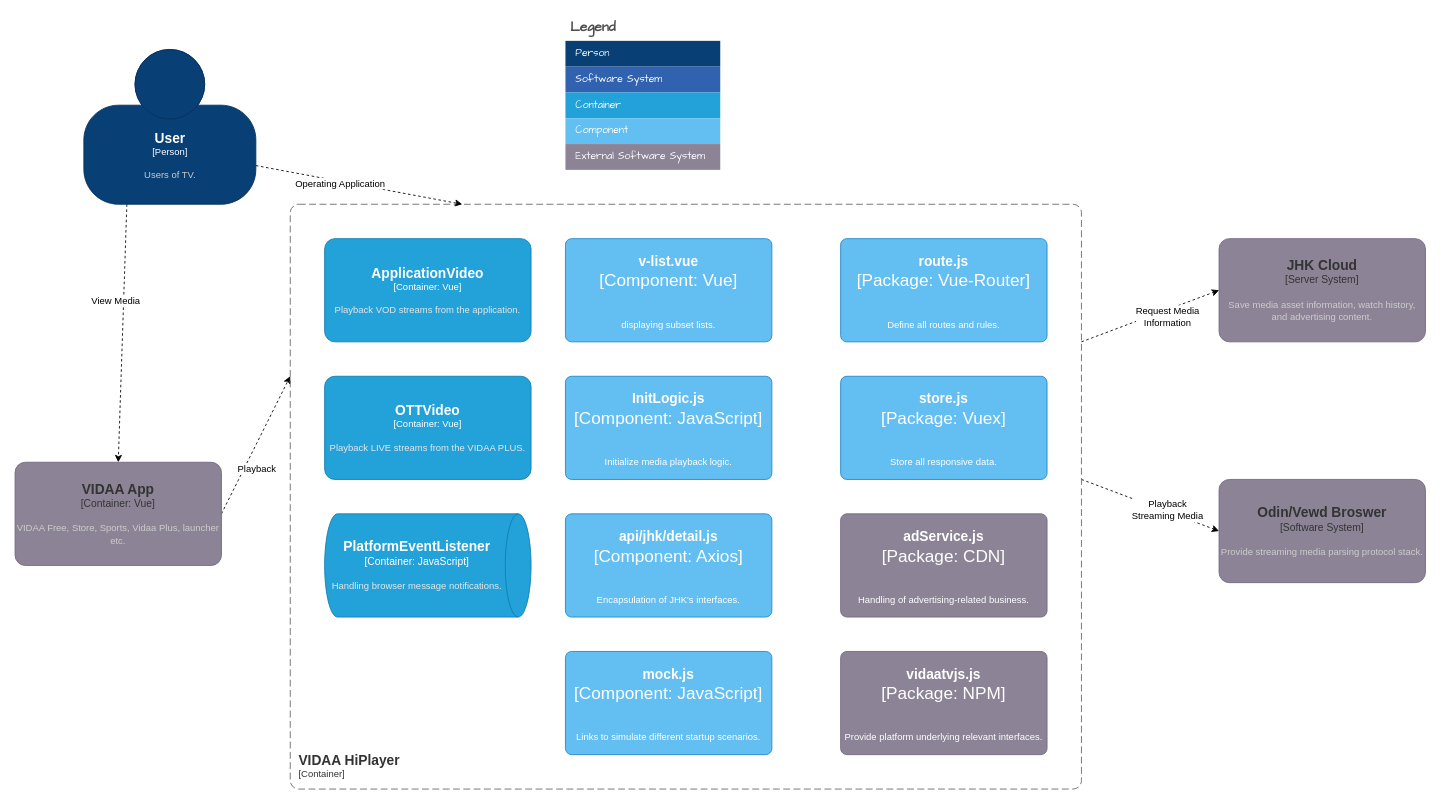
Earlier version of the draw.io diagram page "Class Diagram 类图" (6 of 6) of HiPlayer.drawio (LeeDebug/drawio). Source tidied: cells renumbered, new cells numbered last; positions are measured from the earlier drawing's top-left corner, leaving out a move shared by most shapes. Both pictures are drawn from the tidied source at 86%, with x=0, y=0 at pixel (15, 15).
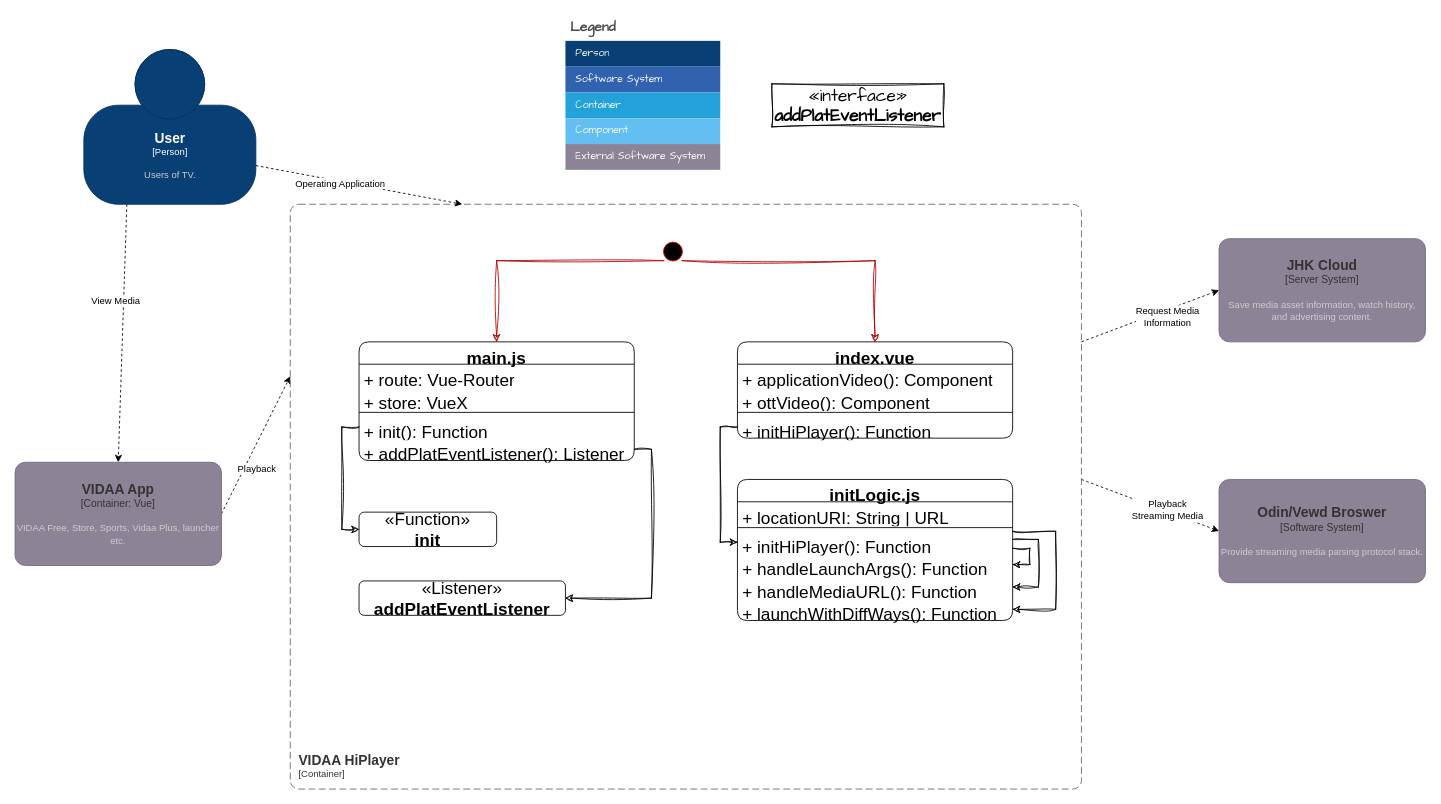
After the change.

Diff of the diagram source:
```diff
@@
-    <object id="15" label="&lt;font style=&quot;font-size: 16px&quot;&gt;&lt;b&gt;%c4Name%&lt;/b&gt;&lt;/font&gt;&lt;div&gt;[%c4Type%: %c4Technology%]&lt;/div&gt;&lt;br&gt;&lt;div&gt;&lt;font style=&quot;font-size: 11px&quot;&gt;%c4Description%&lt;/font&gt;&lt;/div&gt;" c4Description="Initialize media playback logic." c4Name="InitLogic.js" c4Technology="JavaScript" c4Type="Component" placeholders="1">
-      <mxCell style="rounded=1;whiteSpace=wrap;html=1;labelBackgroundColor=none;fillColor=#63BEF2;fontColor=#ffffff;align=center;arcSize=6;strokeColor=#2086C9;hachureGap=4;fontFamily=Helvetica;fontSize=20;" parent="1" vertex="1">
-        <mxGeometry x="640" y="420" width="240" height="120" as="geometry" />
-      </mxCell>
-    </object>
-    <object id="16" label="&lt;font style=&quot;font-size: 16px&quot;&gt;&lt;b&gt;%c4Name%&lt;/b&gt;&lt;/font&gt;&lt;div&gt;[%c4Type%: %c4Technology%]&lt;/div&gt;&lt;br&gt;&lt;div&gt;&lt;font style=&quot;font-size: 11px&quot;&gt;&lt;font color=&quot;#E6E6E6&quot;&gt;%c4Description%&lt;/font&gt;&lt;/font&gt;&lt;/div&gt;" c4Description="Playback VOD streams from the application." c4Name="ApplicationVideo" c4Technology="Vue" c4Type="Container" placeholders="1">
-      <mxCell style="rounded=1;whiteSpace=wrap;html=1;fontSize=11;labelBackgroundColor=none;fillColor=#23A2D9;fontColor=#ffffff;align=center;arcSize=10;strokeColor=#0E7DAD;hachureGap=4;fontFamily=Helvetica;" parent="1" vertex="1">
-        <mxGeometry x="360" y="260" width="240" height="120" as="geometry" />
-      </mxCell>
-    </object>
-    <object id="17" label="&lt;font style=&quot;font-size: 16px&quot;&gt;&lt;b&gt;%c4Name%&lt;/b&gt;&lt;/font&gt;&lt;div&gt;[%c4Type%: %c4Technology%]&lt;/div&gt;&lt;br&gt;&lt;div&gt;&lt;font style=&quot;font-size: 11px&quot;&gt;&lt;font color=&quot;#E6E6E6&quot;&gt;%c4Description%&lt;/font&gt;&lt;/font&gt;&lt;/div&gt;" c4Description="Playback LIVE streams from the VIDAA PLUS." c4Name="OTTVideo" c4Technology="Vue" c4Type="Container" placeholders="1">
-      <mxCell style="rounded=1;whiteSpace=wrap;html=1;fontSize=11;labelBackgroundColor=none;fillColor=#23A2D9;fontColor=#ffffff;align=center;arcSize=10;strokeColor=#0E7DAD;hachureGap=4;fontFamily=Helvetica;" parent="1" vertex="1">
-        <mxGeometry x="360" y="420" width="240" height="120" as="geometry" />
-      </mxCell>
-    </object>
-    <object id="18" label="&lt;font style=&quot;font-size: 16px&quot;&gt;&lt;b&gt;%c4Type%&lt;/b&gt;&lt;/font&gt;&lt;div&gt;[%c4Container%:&amp;nbsp;%c4Technology%]&lt;/div&gt;&lt;br&gt;&lt;div&gt;&lt;font style=&quot;font-size: 11px&quot;&gt;&lt;font color=&quot;#E6E6E6&quot;&gt;%c4Description%&lt;/font&gt;&lt;/font&gt;&lt;/div&gt;" c4Container="Container" c4Description="Handling browser message notifications." c4Technology="JavaScript" c4Type="PlatformEventListener" placeholders="1">
-      <mxCell style="shape=cylinder3;size=15;direction=south;whiteSpace=wrap;html=1;boundedLbl=1;rounded=0;labelBackgroundColor=none;fillColor=#23A2D9;fontSize=12;fontColor=#ffffff;align=center;strokeColor=#0E7DAD;hachureGap=4;fontFamily=Helvetica;" parent="1" vertex="1">
-        <mxGeometry x="360" y="580" width="240" height="120" as="geometry" />
-      </mxCell>
-    </object>
-    <object id="19" label="&lt;font style=&quot;font-size: 16px&quot;&gt;&lt;b&gt;%c4Name%&lt;/b&gt;&lt;/font&gt;&lt;div&gt;[%c4Type%: %c4Technology%]&lt;/div&gt;&lt;br&gt;&lt;div&gt;&lt;font style=&quot;font-size: 11px&quot;&gt;%c4Description%&lt;/font&gt;&lt;/div&gt;" c4Description="Encapsulation of JHK's interfaces." c4Name="api/jhk/detail.js" c4Technology="Axios" c4Type="Component" placeholders="1">
-      <mxCell style="rounded=1;whiteSpace=wrap;html=1;labelBackgroundColor=none;fillColor=#63BEF2;fontColor=#ffffff;align=center;arcSize=6;strokeColor=#2086C9;hachureGap=4;fontFamily=Helvetica;fontSize=20;" parent="1" vertex="1">
-        <mxGeometry x="640" y="580" width="240" height="120" as="geometry" />
-      </mxCell>
-    </object>
-    <object id="20" label="&lt;font style=&quot;font-size: 16px&quot;&gt;&lt;b&gt;%c4Name%&lt;/b&gt;&lt;/font&gt;&lt;div&gt;[%c4Type%: %c4Technology%]&lt;/div&gt;&lt;br&gt;&lt;div&gt;&lt;font style=&quot;font-size: 11px&quot;&gt;%c4Description%&lt;/font&gt;&lt;/div&gt;" c4Description="Store all responsive data." c4Name="store.js" c4Technology="Vuex" c4Type="Package" placeholders="1">
-      <mxCell style="rounded=1;whiteSpace=wrap;html=1;labelBackgroundColor=none;fillColor=#63BEF2;fontColor=#ffffff;align=center;arcSize=6;strokeColor=#2086C9;hachureGap=4;fontFamily=Helvetica;fontSize=20;" parent="1" vertex="1">
-        <mxGeometry x="960" y="420" width="240" height="120" as="geometry" />
-      </mxCell>
-    </object>
-    <object id="21" label="&lt;font style=&quot;font-size: 16px&quot;&gt;&lt;b&gt;%c4Name%&lt;/b&gt;&lt;/font&gt;&lt;div&gt;[%c4Type%: %c4Technology%]&lt;/div&gt;&lt;br&gt;&lt;div&gt;&lt;font style=&quot;font-size: 11px&quot;&gt;%c4Description%&lt;/font&gt;&lt;/div&gt;" c4Description="Define all routes and rules." c4Name="route.js" c4Technology="Vue-Router" c4Type="Package" placeholders="1">
-      <mxCell style="rounded=1;whiteSpace=wrap;html=1;labelBackgroundColor=none;fillColor=#63BEF2;fontColor=#ffffff;align=center;arcSize=6;strokeColor=#2086C9;hachureGap=4;fontFamily=Helvetica;fontSize=20;" parent="1" vertex="1">
-        <mxGeometry x="960" y="260" width="240" height="120" as="geometry" />
-      </mxCell>
-    </object>
@@
-    <object id="33" label="&lt;font style=&quot;font-size: 16px&quot;&gt;&lt;b&gt;%c4Name%&lt;/b&gt;&lt;/font&gt;&lt;div&gt;[%c4Type%: %c4Technology%]&lt;/div&gt;&lt;br&gt;&lt;div&gt;&lt;font style=&quot;font-size: 11px&quot;&gt;%c4Description%&lt;/font&gt;&lt;/div&gt;" c4Description="displaying subset lists." c4Name="v-list.vue" c4Technology="Vue" c4Type="Component" placeholders="1">
-      <mxCell style="rounded=1;whiteSpace=wrap;html=1;labelBackgroundColor=none;fillColor=#63BEF2;fontColor=#ffffff;align=center;arcSize=6;strokeColor=#2086C9;hachureGap=4;fontFamily=Helvetica;fontSize=20;" parent="1" vertex="1">
-        <mxGeometry x="640" y="260" width="240" height="120" as="geometry" />
-      </mxCell>
-    </object>
-    <object id="34" label="&lt;font style=&quot;font-size: 16px&quot;&gt;&lt;b&gt;%c4Name%&lt;/b&gt;&lt;/font&gt;&lt;div&gt;[%c4Type%: %c4Technology%]&lt;/div&gt;&lt;br&gt;&lt;div&gt;&lt;font style=&quot;font-size: 11px&quot;&gt;%c4Description%&lt;/font&gt;&lt;/div&gt;" c4Description="Handling of advertising-related business." c4Name="adService.js" c4Technology="CDN" c4Type="Package" placeholders="1">
-      <mxCell style="rounded=1;whiteSpace=wrap;html=1;labelBackgroundColor=none;fillColor=#8C8496;fontColor=#ffffff;align=center;arcSize=6;strokeColor=#736782;hachureGap=4;fontFamily=Helvetica;fontSize=20;" parent="1" vertex="1">
-        <mxGeometry x="960" y="580" width="240" height="120" as="geometry" />
-      </mxCell>
-    </object>
-    <object id="35" label="&lt;font style=&quot;font-size: 16px&quot;&gt;&lt;b&gt;%c4Name%&lt;/b&gt;&lt;/font&gt;&lt;div&gt;[%c4Type%: %c4Technology%]&lt;/div&gt;&lt;br&gt;&lt;div&gt;&lt;font style=&quot;font-size: 11px&quot;&gt;%c4Description%&lt;/font&gt;&lt;/div&gt;" c4Description="Provide platform underlying relevant interfaces." c4Name="vidaatvjs.js" c4Technology="NPM" c4Type="Package" placeholders="1">
-      <mxCell style="rounded=1;whiteSpace=wrap;html=1;labelBackgroundColor=none;fillColor=#8C8496;fontColor=#ffffff;align=center;arcSize=6;strokeColor=#736782;hachureGap=4;fontFamily=Helvetica;fontSize=20;" parent="1" vertex="1">
-        <mxGeometry x="960" y="740" width="240" height="120" as="geometry" />
-      </mxCell>
-    </object>
-    <object id="36" label="&lt;font style=&quot;font-size: 16px&quot;&gt;&lt;b&gt;%c4Name%&lt;/b&gt;&lt;/font&gt;&lt;div&gt;[%c4Type%: %c4Technology%]&lt;/div&gt;&lt;br&gt;&lt;div&gt;&lt;font style=&quot;font-size: 11px&quot;&gt;%c4Description%&lt;/font&gt;&lt;/div&gt;" c4Description="Links to simulate different startup scenarios." c4Name="mock.js" c4Technology="JavaScript" c4Type="Component" placeholders="1">
-      <mxCell style="rounded=1;whiteSpace=wrap;html=1;labelBackgroundColor=none;fillColor=#63BEF2;fontColor=#ffffff;align=center;arcSize=6;strokeColor=#2086C9;hachureGap=4;fontFamily=Helvetica;fontSize=20;" parent="1" vertex="1">
-        <mxGeometry x="640" y="740" width="240" height="120" as="geometry" />
-      </mxCell>
-    </object>
@@
+    <mxCell id="39" value="«Listener»&lt;br&gt;&lt;b&gt;addPlatEventListener&lt;/b&gt;" style="html=1;whiteSpace=wrap;hachureGap=4;fontFamily=Helvetica;fontSize=20;rounded=1;shadow=0;" parent="1" vertex="1">
+      <mxGeometry x="400" y="658" width="240" height="40" as="geometry" />
+    </mxCell>
+    <mxCell id="40" value="«interface»&lt;br&gt;&lt;b&gt;addPlatEventListener&lt;/b&gt;" style="html=1;whiteSpace=wrap;sketch=1;hachureGap=4;jiggle=2;curveFitting=1;fontFamily=Architects Daughter;fontSize=20;" parent="1" vertex="1">
+      <mxGeometry x="880" y="80" width="200" height="50" as="geometry" />
+    </mxCell>
+    <mxCell id="41" value="main.js" style="swimlane;fontStyle=1;align=center;verticalAlign=top;horizontal=1;startSize=26;whiteSpace=wrap;html=1;rounded=1;shadow=0;hachureGap=4;strokeColor=default;fontFamily=Helvetica;fontSize=20;fontColor=default;fillColor=default;" parent="1" vertex="1">
+      <mxGeometry x="400" y="380" width="320" height="138" as="geometry" />
+    </mxCell>
+    <mxCell id="42" value="+ route: Vue-Router" style="text;strokeColor=none;fillColor=none;align=left;verticalAlign=top;spacingLeft=4;spacingRight=4;overflow=hidden;whiteSpace=wrap;html=1;fontSize=20;fontFamily=Helvetica;fontColor=default;" parent="41" vertex="1">
+      <mxGeometry y="26" width="320" height="26" as="geometry" />
+    </mxCell>
+    <mxCell id="43" value="+ store: VueX" style="text;strokeColor=none;fillColor=none;align=left;verticalAlign=top;spacingLeft=4;spacingRight=4;overflow=hidden;whiteSpace=wrap;html=1;fontSize=20;fontFamily=Helvetica;fontColor=default;" parent="41" vertex="1">
+      <mxGeometry y="52" width="320" height="26" as="geometry" />
+    </mxCell>
+    <mxCell id="44" style="line;strokeWidth=1;fillColor=none;align=left;verticalAlign=middle;spacingTop=-1;spacingLeft=3;spacingRight=3;labelPosition=right;strokeColor=inherit;rounded=1;shadow=0;hachureGap=4;fontFamily=Helvetica;fontSize=20;fontColor=default;html=1;" parent="41" vertex="1">
+      <mxGeometry y="78" width="320" height="8" as="geometry" />
+    </mxCell>
+    <mxCell id="45" value="+&amp;nbsp;init&lt;span style=&quot;background-color: initial;&quot;&gt;(): Function&lt;/span&gt;" style="text;strokeColor=none;fillColor=none;align=left;verticalAlign=top;spacingLeft=4;spacingRight=4;overflow=hidden;points=[[0,0.5],[1,0.5]];portConstraint=eastwest;whiteSpace=wrap;html=1;fontSize=20;fontFamily=Helvetica;fontColor=default;" parent="41" vertex="1">
+      <mxGeometry y="86" width="320" height="26" as="geometry" />
+    </mxCell>
+    <mxCell id="46" value="+ addPlatEventListener&lt;span style=&quot;background-color: initial;&quot;&gt;():&amp;nbsp;&lt;/span&gt;Listener" style="text;strokeColor=none;fillColor=none;align=left;verticalAlign=top;spacingLeft=4;spacingRight=4;overflow=hidden;points=[[0,0.5],[1,0.5]];portConstraint=eastwest;whiteSpace=wrap;html=1;fontSize=20;fontFamily=Helvetica;fontColor=default;" parent="41" vertex="1">
+      <mxGeometry y="112" width="320" height="26" as="geometry" />
+    </mxCell>
+    <mxCell id="47" style="edgeStyle=orthogonalEdgeStyle;rounded=0;sketch=1;hachureGap=4;jiggle=2;curveFitting=1;jettySize=auto;html=1;exitX=1;exitY=0.5;exitDx=0;exitDy=0;entryX=1;entryY=0.5;entryDx=0;entryDy=0;fontFamily=Helvetica;fontSize=20;fontColor=default;" parent="1" edge="1" source="46" target="39">
+      <mxGeometry relative="1" as="geometry" />
+    </mxCell>
+    <mxCell id="48" value="«Function»&lt;br&gt;&lt;b&gt;init&lt;/b&gt;" style="html=1;whiteSpace=wrap;hachureGap=4;fontFamily=Helvetica;fontSize=20;rounded=1;shadow=0;" parent="1" vertex="1">
+      <mxGeometry x="400" y="578" width="160" height="40" as="geometry" />
+    </mxCell>
+    <mxCell id="49" style="edgeStyle=orthogonalEdgeStyle;rounded=0;sketch=1;hachureGap=4;jiggle=2;curveFitting=1;jettySize=auto;html=1;exitX=0;exitY=0.5;exitDx=0;exitDy=0;entryX=0;entryY=0.5;entryDx=0;entryDy=0;fontFamily=Helvetica;fontSize=20;fontColor=default;" parent="1" edge="1" source="45" target="48">
+      <mxGeometry relative="1" as="geometry" />
+    </mxCell>
+    <mxCell id="50" style="edgeStyle=orthogonalEdgeStyle;rounded=0;sketch=1;hachureGap=4;jiggle=2;curveFitting=1;jettySize=auto;html=1;exitX=0;exitY=1;exitDx=0;exitDy=0;fontFamily=Helvetica;fontSize=20;fontColor=default;fillColor=#e51400;strokeColor=#B20000;" parent="1" edge="1" source="52" target="41">
+      <mxGeometry relative="1" as="geometry" />
+    </mxCell>
+    <mxCell id="51" style="edgeStyle=orthogonalEdgeStyle;rounded=0;sketch=1;hachureGap=4;jiggle=2;curveFitting=1;jettySize=auto;html=1;exitX=1;exitY=1;exitDx=0;exitDy=0;fontFamily=Helvetica;fontSize=20;fontColor=default;fillColor=#e51400;strokeColor=#B20000;" parent="1" edge="1" source="52" target="63">
+      <mxGeometry relative="1" as="geometry" />
+    </mxCell>
+    <mxCell id="52" style="ellipse;html=1;shape=startState;fillColor=#000000;strokeColor=#ff0000;rounded=1;shadow=0;hachureGap=4;fontFamily=Helvetica;fontSize=20;fontColor=default;" parent="1" vertex="1">
+      <mxGeometry x="750" y="260" width="30" height="30" as="geometry" />
+    </mxCell>
+    <mxCell id="53" value="initLogic.js" style="swimlane;fontStyle=1;align=center;verticalAlign=top;horizontal=1;startSize=26;whiteSpace=wrap;html=1;rounded=1;shadow=0;hachureGap=4;strokeColor=default;fontFamily=Helvetica;fontSize=20;fontColor=default;fillColor=default;" parent="1" vertex="1">
+      <mxGeometry x="840" y="540" width="320" height="164" as="geometry" />
+    </mxCell>
+    <mxCell id="54" value="+ locationURI: String | URL" style="text;strokeColor=none;fillColor=none;align=left;verticalAlign=top;spacingLeft=4;spacingRight=4;overflow=hidden;whiteSpace=wrap;html=1;fontSize=20;fontFamily=Helvetica;fontColor=default;" parent="53" vertex="1">
+      <mxGeometry y="26" width="320" height="26" as="geometry" />
+    </mxCell>
+    <mxCell id="55" style="line;strokeWidth=1;fillColor=none;align=left;verticalAlign=middle;spacingTop=-1;spacingLeft=3;spacingRight=3;labelPosition=right;strokeColor=inherit;rounded=1;shadow=0;hachureGap=4;fontFamily=Helvetica;fontSize=20;fontColor=default;html=1;" parent="53" vertex="1">
+      <mxGeometry y="52" width="320" height="8" as="geometry" />
+    </mxCell>
+    <mxCell id="56" style="edgeStyle=orthogonalEdgeStyle;rounded=0;sketch=1;hachureGap=4;jiggle=2;curveFitting=1;jettySize=auto;html=1;exitX=1;exitY=0.769;exitDx=0;exitDy=0;fontFamily=Helvetica;fontSize=20;fontColor=default;exitPerimeter=0;" parent="53" edge="1" source="59" target="60">
+      <mxGeometry relative="1" as="geometry">
+        <Array as="points">
+          <mxPoint x="340" y="80" />
+          <mxPoint x="340" y="99" />
+        </Array>
+      </mxGeometry>
+    </mxCell>
+    <mxCell id="57" style="edgeStyle=orthogonalEdgeStyle;rounded=0;sketch=1;hachureGap=4;jiggle=2;curveFitting=1;jettySize=auto;html=1;exitX=1;exitY=0.374;exitDx=0;exitDy=0;fontFamily=Helvetica;fontSize=20;fontColor=default;exitPerimeter=0;" parent="53" edge="1" source="59" target="61">
+      <mxGeometry relative="1" as="geometry">
+        <Array as="points">
+          <mxPoint x="350" y="70" />
+          <mxPoint x="350" y="125" />
+        </Array>
+      </mxGeometry>
+    </mxCell>
+    <mxCell id="58" style="edgeStyle=orthogonalEdgeStyle;rounded=0;sketch=1;hachureGap=4;jiggle=2;curveFitting=1;jettySize=auto;html=1;exitX=0.999;exitY=0.01;exitDx=0;exitDy=0;fontFamily=Helvetica;fontSize=20;fontColor=default;exitPerimeter=0;" parent="53" edge="1" source="59" target="62">
+      <mxGeometry relative="1" as="geometry">
+        <Array as="points">
+          <mxPoint x="370" y="60" />
+          <mxPoint x="370" y="151" />
+        </Array>
+      </mxGeometry>
+    </mxCell>
+    <mxCell id="59" value="+ initHiPlayer(): Function" style="text;strokeColor=none;fillColor=none;align=left;verticalAlign=top;spacingLeft=4;spacingRight=4;overflow=hidden;points=[[0,0.5],[1,0.5]];portConstraint=eastwest;whiteSpace=wrap;html=1;fontSize=20;fontFamily=Helvetica;fontColor=default;dashed=1;" parent="53" vertex="1">
+      <mxGeometry y="60" width="320" height="26" as="geometry" />
+    </mxCell>
+    <mxCell id="60" value="+ handleLaunchArgs(): Function" style="text;strokeColor=none;fillColor=none;align=left;verticalAlign=top;spacingLeft=4;spacingRight=4;overflow=hidden;points=[[0,0.5],[1,0.5]];portConstraint=eastwest;whiteSpace=wrap;html=1;fontSize=20;fontFamily=Helvetica;fontColor=default;" parent="53" vertex="1">
+      <mxGeometry y="86" width="320" height="26" as="geometry" />
+    </mxCell>
+    <mxCell id="61" value="+ handleMediaURL(): Function" style="text;strokeColor=none;fillColor=none;align=left;verticalAlign=top;spacingLeft=4;spacingRight=4;overflow=hidden;points=[[0,0.5],[1,0.5]];portConstraint=eastwest;whiteSpace=wrap;html=1;fontSize=20;fontFamily=Helvetica;fontColor=default;" parent="53" vertex="1">
+      <mxGeometry y="112" width="320" height="26" as="geometry" />
+    </mxCell>
+    <mxCell id="62" value="+ launchWithDiffWays(): Function" style="text;strokeColor=none;fillColor=none;align=left;verticalAlign=top;spacingLeft=4;spacingRight=4;overflow=hidden;points=[[0,0.5],[1,0.5]];portConstraint=eastwest;whiteSpace=wrap;html=1;fontSize=20;fontFamily=Helvetica;fontColor=default;" parent="53" vertex="1">
+      <mxGeometry y="138" width="320" height="26" as="geometry" />
+    </mxCell>
+    <mxCell id="63" value="index.vue" style="swimlane;fontStyle=1;align=center;verticalAlign=top;horizontal=1;startSize=26;whiteSpace=wrap;html=1;rounded=1;shadow=0;hachureGap=4;strokeColor=default;fontFamily=Helvetica;fontSize=20;fontColor=default;fillColor=default;" parent="1" vertex="1">
+      <mxGeometry x="840" y="380" width="320" height="112" as="geometry" />
+    </mxCell>
+    <mxCell id="64" value="+ applicationVideo(): Component" style="text;strokeColor=none;fillColor=none;align=left;verticalAlign=top;spacingLeft=4;spacingRight=4;overflow=hidden;whiteSpace=wrap;html=1;fontSize=20;fontFamily=Helvetica;fontColor=default;" parent="63" vertex="1">
+      <mxGeometry y="26" width="320" height="26" as="geometry" />
+    </mxCell>
+    <mxCell id="65" value="+ ottVideo(): Component" style="text;strokeColor=none;fillColor=none;align=left;verticalAlign=top;spacingLeft=4;spacingRight=4;overflow=hidden;whiteSpace=wrap;html=1;fontSize=20;fontFamily=Helvetica;fontColor=default;" parent="63" vertex="1">
+      <mxGeometry y="52" width="320" height="26" as="geometry" />
+    </mxCell>
+    <mxCell id="66" style="line;strokeWidth=1;fillColor=none;align=left;verticalAlign=middle;spacingTop=-1;spacingLeft=3;spacingRight=3;labelPosition=right;strokeColor=inherit;rounded=1;shadow=0;hachureGap=4;fontFamily=Helvetica;fontSize=20;fontColor=default;html=1;" parent="63" vertex="1">
+      <mxGeometry y="78" width="320" height="8" as="geometry" />
+    </mxCell>
+    <mxCell id="67" value="+ initHiPlayer(): Function" style="text;strokeColor=none;fillColor=none;align=left;verticalAlign=top;spacingLeft=4;spacingRight=4;overflow=hidden;points=[[0,0.5],[1,0.5]];portConstraint=eastwest;whiteSpace=wrap;html=1;fontSize=20;fontFamily=Helvetica;fontColor=default;" parent="63" vertex="1">
+      <mxGeometry y="86" width="320" height="26" as="geometry" />
+    </mxCell>
+    <mxCell id="68" style="edgeStyle=orthogonalEdgeStyle;rounded=0;sketch=1;hachureGap=4;jiggle=2;curveFitting=1;jettySize=auto;html=1;exitX=0;exitY=0.5;exitDx=0;exitDy=0;entryX=0;entryY=0.5;entryDx=0;entryDy=0;fontFamily=Helvetica;fontSize=20;fontColor=default;" parent="1" edge="1" source="67" target="59">
+      <mxGeometry relative="1" as="geometry" />
+    </mxCell>
```
